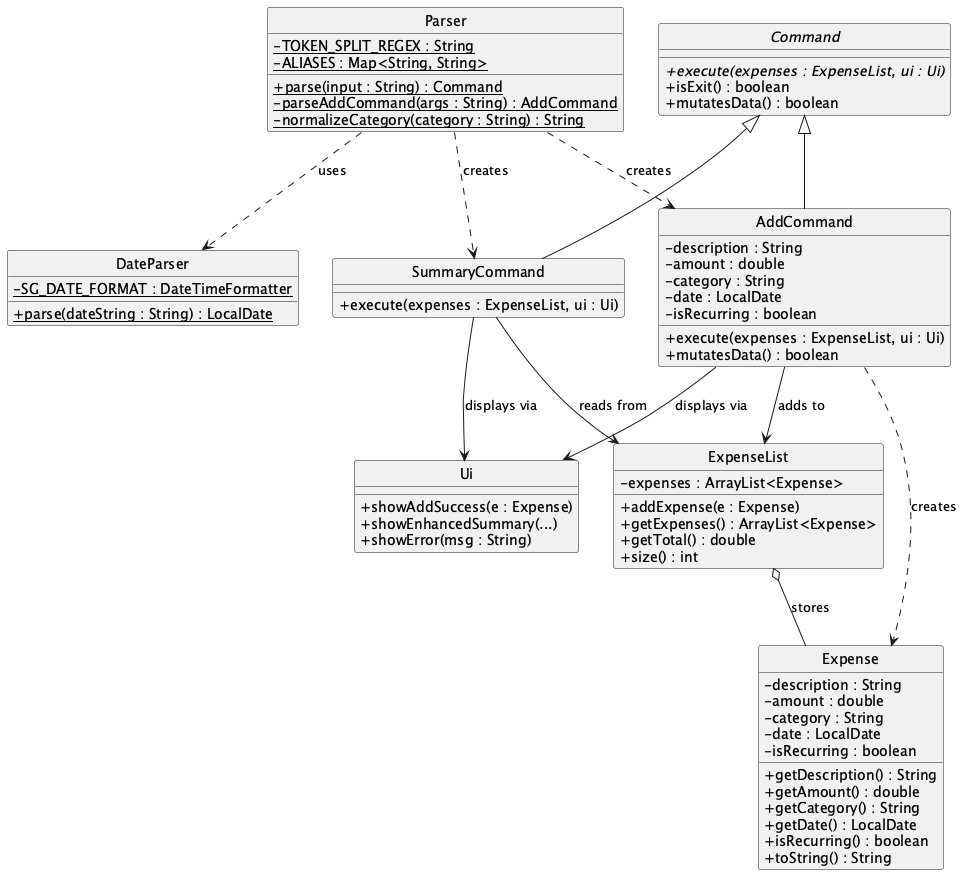
AbhijitBalajee/tp keeps this PlantUML diagram as docs/images/AddCommandClass.png. Above is the earlier version.
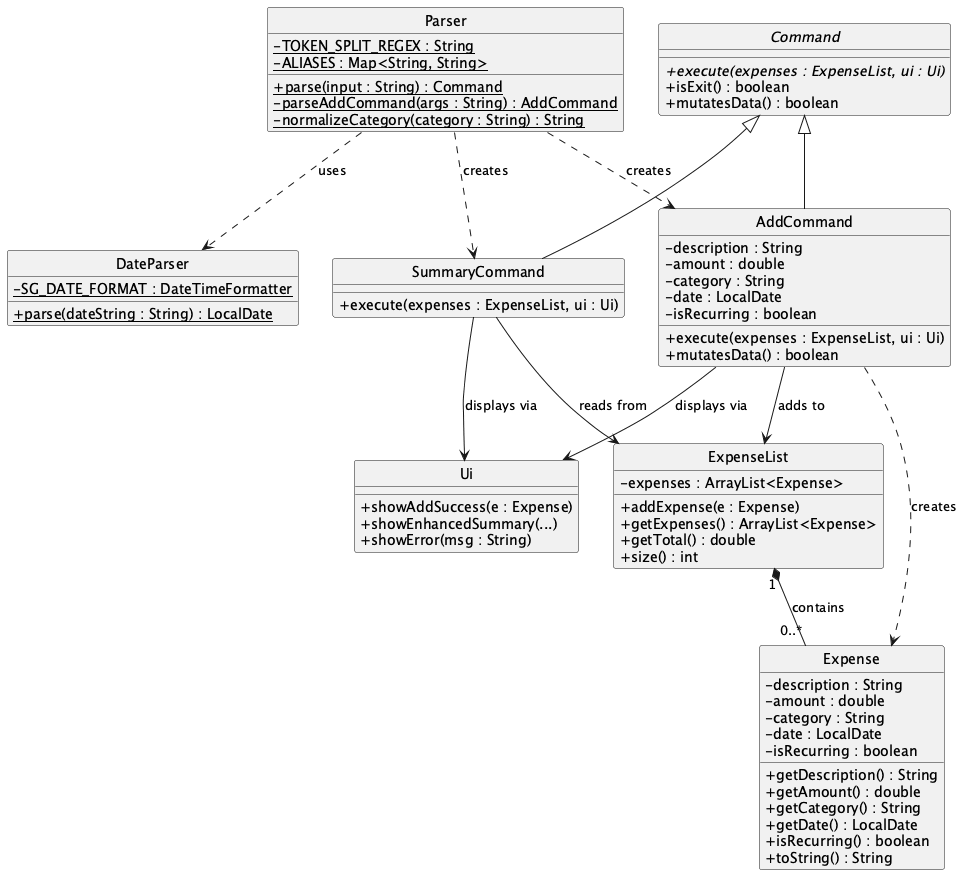
Later version of the same file.

Commit message:
fix: change ExpenseList-Expense relationship from aggregation to composition in add command CD

The edit, as a diff of the source:
```diff
@@ -75,5 +75,5 @@
 AddCommand --> Ui : displays via
 SummaryCommand --> ExpenseList : reads from
 SummaryCommand --> Ui : displays via
-ExpenseList o-- Expense : stores
+ExpenseList "1" *-- "0..*" Expense : contains
 @enduml
```
